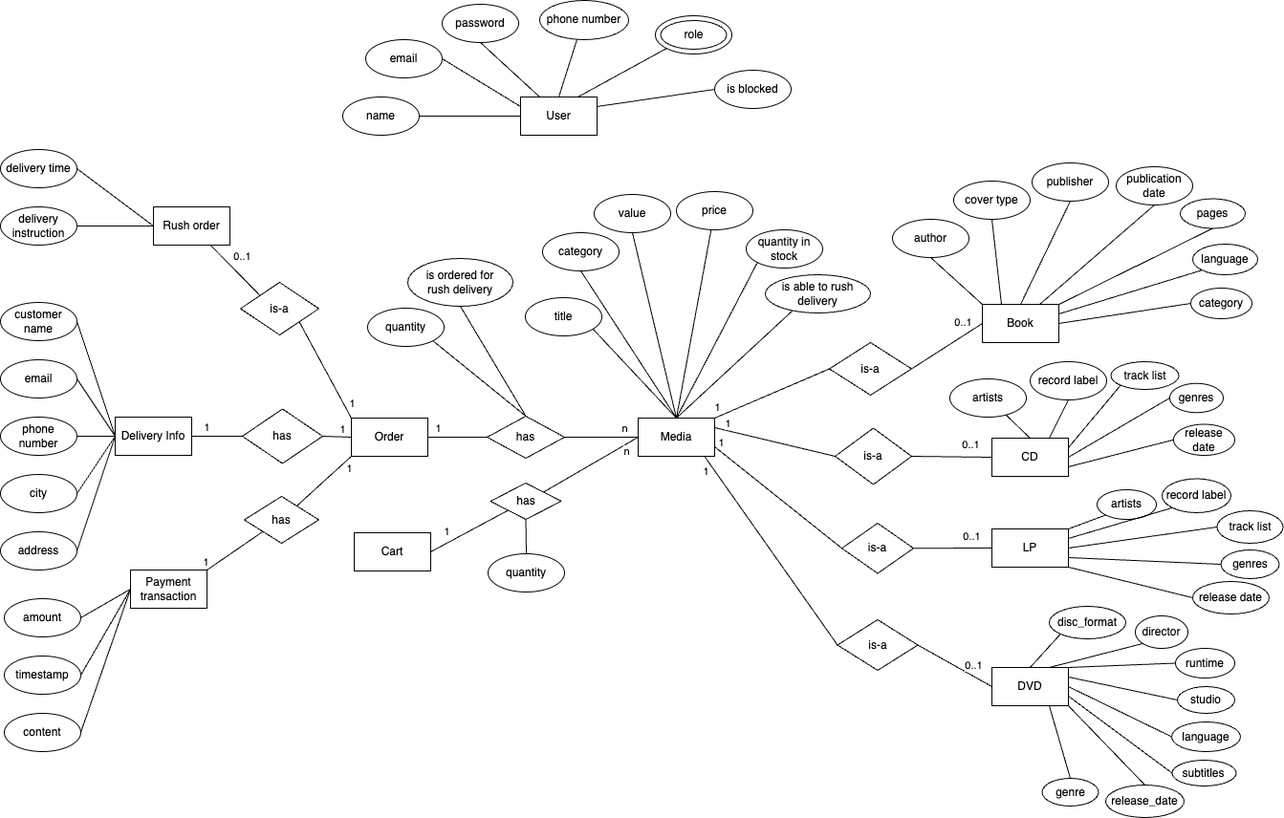
pmatuan/TKXDPM.VP.20231-05 keeps this draw.io diagram as Detailed Design/Data Modeling/AIMS-Conceptual-data-model.png. Above is the earlier version. Source tidied: cells renumbered, new cells last; positions are measured from the earlier drawing's top-left corner, leaving out a move shared by most shapes.
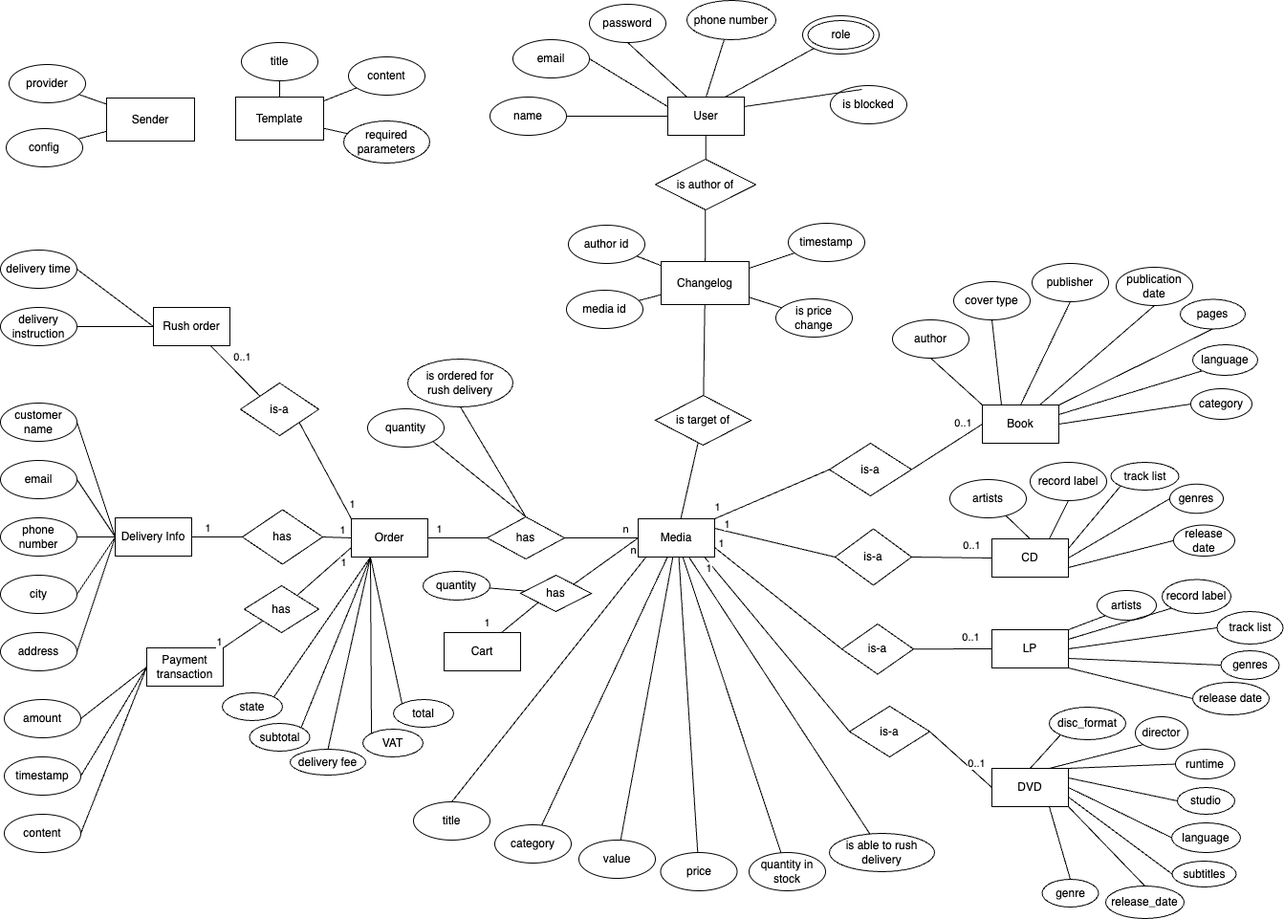
The same diagram one commit later.

The edit, as a diff of the source:
```diff
@@ -20,16 +20,16 @@
       <mxGeometry x="667" y="437" width="80" height="40" as="geometry" />
     </mxCell>
     <mxCell id="7" value="title" style="ellipse;whiteSpace=wrap;html=1;" parent="1" vertex="1">
-      <mxGeometry x="549" y="311" width="80" height="40" as="geometry" />
+      <mxGeometry x="432" y="733" width="80" height="40" as="geometry" />
     </mxCell>
     <mxCell id="8" value="price" style="ellipse;whiteSpace=wrap;html=1;" parent="1" vertex="1">
-      <mxGeometry x="707" y="200" width="80" height="40" as="geometry" />
+      <mxGeometry x="690.5" y="786" width="80" height="40" as="geometry" />
     </mxCell>
-    <mxCell id="9" style="rounded=0;jettySize=auto;html=1;exitX=0.255;exitY=0.95;exitDx=0;exitDy=0;endArrow=none;endFill=0;entryX=0.5;entryY=0;entryDx=0;entryDy=0;exitPerimeter=0;" parent="1" edge="1" source="10" target="6">
+    <mxCell id="9" style="rounded=0;jettySize=auto;html=1;endArrow=none;endFill=0;" parent="1" edge="1" source="10" target="6">
       <mxGeometry relative="1" as="geometry" />
     </mxCell>
     <mxCell id="10" value="is able to rush delivery" style="ellipse;whiteSpace=wrap;html=1;" parent="1" vertex="1">
-      <mxGeometry x="800" y="287" width="110" height="40" as="geometry" />
+      <mxGeometry x="867" y="766" width="110" height="40" as="geometry" />
     </mxCell>
     <mxCell id="11" value="is-a" style="rhombus;whiteSpace=wrap;html=1;" parent="1" vertex="1">
       <mxGeometry x="867" y="358" width="86" height="55" as="geometry" />
@@ -189,10 +189,10 @@
       <mxGeometry relative="1" as="geometry" />
     </mxCell>
     <mxCell id="60" value="has" style="rhombus;whiteSpace=wrap;html=1;" parent="1" vertex="1">
-      <mxGeometry x="255" y="519" width="78" height="49" as="geometry" />
+      <mxGeometry x="255" y="507" width="78" height="49" as="geometry" />
     </mxCell>
     <mxCell id="61" value="Payment transaction" style="rounded=0;whiteSpace=wrap;html=1;" parent="1" vertex="1">
-      <mxGeometry x="136" y="596" width="80" height="40" as="geometry" />
+      <mxGeometry x="153" y="572" width="80" height="40" as="geometry" />
     </mxCell>
     <mxCell id="62" style="endArrow=none;html=1;rounded=0;exitX=0;exitY=1;exitDx=0;exitDy=0;entryX=1;entryY=0;entryDx=0;entryDy=0;" parent="1" edge="1" source="60" target="61">
       <mxGeometry relative="1" as="geometry" />
@@ -202,12 +202,12 @@
         <mxPoint x="-12" as="offset" />
       </mxGeometry>
     </mxCell>
-    <mxCell id="64" style="endArrow=none;html=1;rounded=0;entryX=0;entryY=1;entryDx=0;entryDy=0;" parent="1" edge="1" source="60" target="34">
+    <mxCell id="64" style="endArrow=none;html=1;rounded=0;entryX=0;entryY=0.75;entryDx=0;entryDy=0;" parent="1" edge="1" source="60" target="34">
       <mxGeometry relative="1" as="geometry" />
     </mxCell>
     <mxCell id="65" value="1" style="edgeLabel;html=1;align=center;verticalAlign=middle;" parent="64" vertex="1">
       <mxGeometry x="-0.5" y="-1" relative="1" as="geometry">
-        <mxPoint x="40" y="-28" as="offset" />
+        <mxPoint x="33" y="-23" as="offset" />
       </mxGeometry>
     </mxCell>
     <mxCell id="66" value="amount" style="ellipse;whiteSpace=wrap;html=1;" parent="1" vertex="1">
@@ -251,7 +251,7 @@
       <mxGeometry x="384" y="322" width="80" height="40" as="geometry" />
     </mxCell>
     <mxCell id="78" value="value" style="ellipse;whiteSpace=wrap;html=1;" parent="1" vertex="1">
-      <mxGeometry x="621" y="203" width="80" height="40" as="geometry" />
+      <mxGeometry x="605" y="773" width="80" height="40" as="geometry" />
     </mxCell>
     <mxCell id="79" value="is ordered for &lt;br&gt;rush delivery" style="ellipse;whiteSpace=wrap;html=1;" parent="1" vertex="1">
       <mxGeometry x="426" y="270" width="110" height="50" as="geometry" />
@@ -263,22 +263,22 @@
       <mxGeometry relative="1" as="geometry" />
     </mxCell>
     <mxCell id="82" value="category" style="ellipse;whiteSpace=wrap;html=1;" parent="1" vertex="1">
-      <mxGeometry x="567" y="243" width="80" height="40" as="geometry" />
+      <mxGeometry x="517" y="757" width="80" height="40" as="geometry" />
     </mxCell>
-    <mxCell id="83" style="endArrow=none;html=1;rounded=0;entryX=0.5;entryY=1;entryDx=0;entryDy=0;exitX=0.5;exitY=0;exitDx=0;exitDy=0;" parent="1" edge="1" source="6" target="78">
+    <mxCell id="83" style="endArrow=none;html=1;rounded=0;" parent="1" edge="1" source="6" target="78">
       <mxGeometry relative="1" as="geometry" />
     </mxCell>
-    <mxCell id="84" style="endArrow=none;html=1;rounded=0;exitX=0.5;exitY=1;exitDx=0;exitDy=0;entryX=0.5;entryY=0;entryDx=0;entryDy=0;" parent="1" edge="1" source="82" target="6">
+    <mxCell id="84" style="endArrow=none;html=1;rounded=0;" parent="1" edge="1" source="82" target="6">
       <mxGeometry relative="1" as="geometry" />
     </mxCell>
     <mxCell id="85" value="quantity in stock" style="ellipse;whiteSpace=wrap;html=1;" parent="1" vertex="1">
-      <mxGeometry x="780" y="240" width="80" height="40" as="geometry" />
+      <mxGeometry x="783" y="786" width="80" height="40" as="geometry" />
     </mxCell>
-    <mxCell id="86" style="endArrow=none;html=1;rounded=0;entryX=0.5;entryY=0;entryDx=0;entryDy=0;exitX=0;exitY=1;exitDx=0;exitDy=0;" parent="1" edge="1" source="85" target="6">
+    <mxCell id="86" style="endArrow=none;html=1;rounded=0;" parent="1" edge="1" source="85" target="6">
       <mxGeometry relative="1" as="geometry" />
     </mxCell>
     <mxCell id="87" value="is-a" style="rhombus;whiteSpace=wrap;html=1;" parent="1" vertex="1">
-      <mxGeometry x="875.5" y="648" width="84" height="53" as="geometry" />
+      <mxGeometry x="888" y="633" width="84" height="53" as="geometry" />
     </mxCell>
     <mxCell id="88" value="is-a" style="rhombus;whiteSpace=wrap;html=1;" parent="1" vertex="1">
       <mxGeometry x="873" y="447.5" width="80" height="59" as="geometry" />
@@ -442,25 +442,25 @@
       </mxGeometry>
     </mxCell>
     <mxCell id="137" value="User" style="rounded=0;whiteSpace=wrap;html=1;" parent="1" vertex="1">
-      <mxGeometry x="544" y="101" width="80" height="40" as="geometry" />
+      <mxGeometry x="698" y="-4" width="80" height="40" as="geometry" />
     </mxCell>
     <mxCell id="138" value="name" style="ellipse;whiteSpace=wrap;html=1;" parent="1" vertex="1">
-      <mxGeometry x="358" y="101" width="80" height="40" as="geometry" />
+      <mxGeometry x="512" y="-4" width="80" height="40" as="geometry" />
     </mxCell>
     <mxCell id="139" value="is blocked" style="ellipse;whiteSpace=wrap;html=1;" parent="1" vertex="1">
-      <mxGeometry x="747" y="73" width="80" height="40" as="geometry" />
+      <mxGeometry x="868" y="-16" width="80" height="40" as="geometry" />
     </mxCell>
     <mxCell id="140" value="phone number" style="ellipse;whiteSpace=wrap;html=1;" parent="1" vertex="1">
-      <mxGeometry x="564" width="93" height="41" as="geometry" />
+      <mxGeometry x="718" y="-105" width="93" height="41" as="geometry" />
     </mxCell>
     <mxCell id="141" value="password" style="ellipse;whiteSpace=wrap;html=1;" parent="1" vertex="1">
-      <mxGeometry x="462" y="4" width="80" height="40" as="geometry" />
+      <mxGeometry x="616" y="-101" width="80" height="40" as="geometry" />
     </mxCell>
     <mxCell id="142" value="email" style="ellipse;whiteSpace=wrap;html=1;" parent="1" vertex="1">
-      <mxGeometry x="382" y="41" width="80" height="40" as="geometry" />
+      <mxGeometry x="536" y="-64" width="80" height="40" as="geometry" />
     </mxCell>
     <mxCell id="143" value="role" style="ellipse;whiteSpace=wrap;html=1;" parent="1" vertex="1">
-      <mxGeometry x="685" y="16" width="80" height="40" as="geometry" />
+      <mxGeometry x="839" y="-89" width="80" height="40" as="geometry" />
     </mxCell>
     <mxCell id="144" style="endArrow=none;html=1;rounded=0;entryX=0;entryY=0.5;entryDx=0;entryDy=0;exitX=1;exitY=0.5;exitDx=0;exitDy=0;" parent="1" edge="1" source="138" target="137">
       <mxGeometry relative="1" as="geometry" />
@@ -475,19 +475,21 @@
       <mxGeometry relative="1" as="geometry" />
     </mxCell>
     <mxCell id="148" value="role" style="ellipse;whiteSpace=wrap;html=1;" parent="1" vertex="1">
-      <mxGeometry x="690.5" y="21" width="69" height="30" as="geometry" />
+      <mxGeometry x="844.5" y="-84" width="69" height="30" as="geometry" />
     </mxCell>
     <mxCell id="149" style="endArrow=none;html=1;rounded=0;entryX=0.75;entryY=0;entryDx=0;entryDy=0;exitX=0;exitY=1;exitDx=0;exitDy=0;" parent="1" edge="1" source="143" target="137">
       <mxGeometry relative="1" as="geometry" />
     </mxCell>
-    <mxCell id="150" style="endArrow=none;html=1;rounded=0;entryX=1;entryY=0.25;entryDx=0;entryDy=0;exitX=0;exitY=0.5;exitDx=0;exitDy=0;" parent="1" edge="1" source="139" target="137">
-      <mxGeometry relative="1" as="geometry" />
+    <mxCell id="150" style="endArrow=none;html=1;rounded=0;entryX=1;entryY=0.25;entryDx=0;entryDy=0;exitX=0;exitY=0.5;exitDx=0;exitDy=0;" parent="1" edge="1" target="137">
+      <mxGeometry relative="1" as="geometry">
+        <mxPoint x="901" y="-12" as="sourcePoint" />
+      </mxGeometry>
     </mxCell>
     <mxCell id="151" value="Cart" style="rounded=0;whiteSpace=wrap;html=1;" parent="1" vertex="1">
-      <mxGeometry x="370" y="557" width="80" height="40" as="geometry" />
+      <mxGeometry x="464" y="556" width="80" height="40" as="geometry" />
     </mxCell>
     <mxCell id="152" value="has" style="rhombus;whiteSpace=wrap;html=1;" parent="1" vertex="1">
-      <mxGeometry x="512.5" y="505" width="74" height="38" as="geometry" />
+      <mxGeometry x="544" y="496" width="74" height="38" as="geometry" />
     </mxCell>
     <mxCell id="153" style="endArrow=none;html=1;rounded=0;exitX=1;exitY=0;exitDx=0;exitDy=0;entryX=0;entryY=0.5;entryDx=0;entryDy=0;" parent="1" edge="1" source="152" target="6">
       <mxGeometry relative="1" as="geometry" />
@@ -497,19 +499,130 @@
         <mxPoint x="11" y="2" as="offset" />
       </mxGeometry>
     </mxCell>
-    <mxCell id="155" style="endArrow=none;html=1;rounded=0;exitX=1;exitY=0.5;exitDx=0;exitDy=0;entryX=0;entryY=1;entryDx=0;entryDy=0;" parent="1" edge="1" source="151" target="152">
+    <mxCell id="155" style="endArrow=none;html=1;rounded=0;exitX=0.75;exitY=0;exitDx=0;exitDy=0;entryX=0;entryY=1;entryDx=0;entryDy=0;" parent="1" edge="1" source="151" target="152">
       <mxGeometry relative="1" as="geometry" />
     </mxCell>
     <mxCell id="156" value="1" style="edgeLabel;html=1;align=center;verticalAlign=middle;" parent="155" vertex="1">
       <mxGeometry x="-0.47" y="-1" relative="1" as="geometry">
-        <mxPoint x="-6" y="-11" as="offset" />
+        <mxPoint x="-26" y="-3" as="offset" />
       </mxGeometry>
     </mxCell>
     <mxCell id="157" value="quantity" style="ellipse;whiteSpace=wrap;html=1;" parent="1" vertex="1">
-      <mxGeometry x="510" y="579" width="80" height="40" as="geometry" />
+      <mxGeometry x="442" y="492" width="70" height="30" as="geometry" />
     </mxCell>
-    <mxCell id="158" style="endArrow=none;html=1;rounded=0;entryX=0.5;entryY=1;entryDx=0;entryDy=0;exitX=0.5;exitY=0;exitDx=0;exitDy=0;" parent="1" edge="1" source="157" target="152">
+    <mxCell id="158" style="endArrow=none;html=1;rounded=0;" parent="1" edge="1" source="157" target="152">
       <mxGeometry relative="1" as="geometry" />
     </mxCell>
+    <mxCell id="159" value="state" style="ellipse;whiteSpace=wrap;html=1;" parent="1" vertex="1">
+      <mxGeometry x="232" y="619" width="63" height="29" as="geometry" />
+    </mxCell>
+    <mxCell id="160" value="total" style="ellipse;whiteSpace=wrap;html=1;" parent="1" vertex="1">
+      <mxGeometry x="411" y="626" width="63" height="29" as="geometry" />
+    </mxCell>
+    <mxCell id="161" value="delivery fee" style="ellipse;whiteSpace=wrap;html=1;" parent="1" vertex="1">
+      <mxGeometry x="303" y="678" width="79" height="27" as="geometry" />
+    </mxCell>
+    <mxCell id="162" value="VAT" style="ellipse;whiteSpace=wrap;html=1;" parent="1" vertex="1">
+      <mxGeometry x="379" y="657" width="63" height="29" as="geometry" />
+    </mxCell>
+    <mxCell id="163" value="subtotal" style="ellipse;whiteSpace=wrap;html=1;" parent="1" vertex="1">
+      <mxGeometry x="260.5" y="651" width="63" height="29" as="geometry" />
+    </mxCell>
+    <mxCell id="164" style="endArrow=none;html=1;rounded=0;entryX=0.25;entryY=1;entryDx=0;entryDy=0;exitX=1;exitY=0;exitDx=0;exitDy=0;" parent="1" edge="1" source="159" target="34">
+      <mxGeometry relative="1" as="geometry" />
+    </mxCell>
+    <mxCell id="165" style="endArrow=none;html=1;rounded=0;exitX=1;exitY=0;exitDx=0;exitDy=0;entryX=0.25;entryY=1;entryDx=0;entryDy=0;" parent="1" edge="1" source="163" target="34">
+      <mxGeometry relative="1" as="geometry" />
+    </mxCell>
+    <mxCell id="166" style="endArrow=none;html=1;rounded=0;entryX=0.25;entryY=1;entryDx=0;entryDy=0;exitX=0.5;exitY=0;exitDx=0;exitDy=0;" parent="1" edge="1" source="161" target="34">
+      <mxGeometry relative="1" as="geometry" />
+    </mxCell>
+    <mxCell id="167" style="endArrow=none;html=1;rounded=0;entryX=0.25;entryY=1;entryDx=0;entryDy=0;exitX=0;exitY=0;exitDx=0;exitDy=0;" parent="1" edge="1" source="162" target="34">
+      <mxGeometry relative="1" as="geometry" />
+    </mxCell>
+    <mxCell id="168" style="endArrow=none;html=1;rounded=0;entryX=0.25;entryY=1;entryDx=0;entryDy=0;exitX=0;exitY=0;exitDx=0;exitDy=0;" parent="1" edge="1" source="160" target="34">
+      <mxGeometry relative="1" as="geometry" />
+    </mxCell>
+    <mxCell id="169" value="Changelog" style="rounded=0;whiteSpace=wrap;html=1;" parent="1" vertex="1">
+      <mxGeometry x="691" y="168" width="92" height="45" as="geometry" />
+    </mxCell>
+    <mxCell id="170" value="is author of" style="rhombus;whiteSpace=wrap;html=1;" parent="1" vertex="1">
+      <mxGeometry x="685" y="61" width="105" height="53" as="geometry" />
+    </mxCell>
+    <mxCell id="171" style="endArrow=none;html=1;rounded=0;" parent="1" edge="1" source="170" target="137">
+      <mxGeometry relative="1" as="geometry" />
+    </mxCell>
+    <mxCell id="172" style="endArrow=none;html=1;rounded=0;" parent="1" edge="1" source="170" target="169">
+      <mxGeometry relative="1" as="geometry" />
+    </mxCell>
+    <mxCell id="173" value="is target of" style="rhombus;whiteSpace=wrap;html=1;" parent="1" vertex="1">
+      <mxGeometry x="685" y="308" width="100" height="52" as="geometry" />
+    </mxCell>
+    <mxCell id="174" style="endArrow=none;html=1;rounded=0;" parent="1" edge="1" source="169" target="173">
+      <mxGeometry relative="1" as="geometry" />
+    </mxCell>
+    <mxCell id="175" style="endArrow=none;html=1;rounded=0;" parent="1" edge="1" source="173" target="6">
+      <mxGeometry relative="1" as="geometry" />
+    </mxCell>
+    <mxCell id="176" value="timestamp" style="ellipse;whiteSpace=wrap;html=1;" parent="1" vertex="1">
+      <mxGeometry x="824" y="128" width="80" height="40" as="geometry" />
+    </mxCell>
+    <mxCell id="177" value="media id" style="ellipse;whiteSpace=wrap;html=1;" parent="1" vertex="1">
+      <mxGeometry x="592" y="198" width="80" height="40" as="geometry" />
+    </mxCell>
+    <mxCell id="178" value="author id" style="ellipse;whiteSpace=wrap;html=1;" parent="1" vertex="1">
+      <mxGeometry x="594" y="130" width="80" height="40" as="geometry" />
+    </mxCell>
+    <mxCell id="179" value="is price change" style="ellipse;whiteSpace=wrap;html=1;" parent="1" vertex="1">
+      <mxGeometry x="811" y="207" width="80" height="40" as="geometry" />
+    </mxCell>
+    <mxCell id="180" style="endArrow=none;html=1;rounded=0;" parent="1" edge="1" source="169" target="176">
+      <mxGeometry relative="1" as="geometry" />
+    </mxCell>
+    <mxCell id="181" style="endArrow=none;html=1;rounded=0;" parent="1" edge="1" source="169" target="177">
+      <mxGeometry relative="1" as="geometry" />
+    </mxCell>
+    <mxCell id="182" style="endArrow=none;html=1;rounded=0;" parent="1" edge="1" source="169" target="179">
+      <mxGeometry relative="1" as="geometry" />
+    </mxCell>
+    <mxCell id="183" style="endArrow=none;html=1;rounded=0;" parent="1" edge="1" source="169" target="178">
+      <mxGeometry relative="1" as="geometry" />
+    </mxCell>
+    <mxCell id="184" value="Sender" style="rounded=0;whiteSpace=wrap;html=1;" parent="1" vertex="1">
+      <mxGeometry x="111" y="-3" width="92" height="45" as="geometry" />
+    </mxCell>
+    <mxCell id="185" value="config" style="ellipse;whiteSpace=wrap;html=1;" parent="1" vertex="1">
+      <mxGeometry x="6" y="29" width="80" height="40" as="geometry" />
+    </mxCell>
+    <mxCell id="186" value="provider" style="ellipse;whiteSpace=wrap;html=1;" parent="1" vertex="1">
+      <mxGeometry x="9" y="-38" width="80" height="40" as="geometry" />
+    </mxCell>
+    <mxCell id="187" style="endArrow=none;html=1;rounded=0;" parent="1" edge="1" source="184" target="185">
+      <mxGeometry relative="1" as="geometry" />
+    </mxCell>
+    <mxCell id="188" style="endArrow=none;html=1;rounded=0;" parent="1" edge="1" source="184" target="186">
+      <mxGeometry relative="1" as="geometry" />
+    </mxCell>
+    <mxCell id="189" value="Template" style="rounded=0;whiteSpace=wrap;html=1;" parent="1" vertex="1">
+      <mxGeometry x="246" y="-4" width="92" height="45" as="geometry" />
+    </mxCell>
+    <mxCell id="190" value="content" style="ellipse;whiteSpace=wrap;html=1;" parent="1" vertex="1">
+      <mxGeometry x="364" y="-46" width="80" height="40" as="geometry" />
+    </mxCell>
+    <mxCell id="191" value="title" style="ellipse;whiteSpace=wrap;html=1;" parent="1" vertex="1">
+      <mxGeometry x="252" y="-61" width="80" height="40" as="geometry" />
+    </mxCell>
+    <mxCell id="192" value="required parameters" style="ellipse;whiteSpace=wrap;html=1;" parent="1" vertex="1">
+      <mxGeometry x="359" y="21" width="90" height="44" as="geometry" />
+    </mxCell>
+    <mxCell id="193" style="endArrow=none;html=1;rounded=0;" parent="1" edge="1" source="189" target="190">
+      <mxGeometry relative="1" as="geometry" />
+    </mxCell>
+    <mxCell id="194" style="endArrow=none;html=1;rounded=0;" parent="1" edge="1" source="189" target="192">
+      <mxGeometry relative="1" as="geometry" />
+    </mxCell>
+    <mxCell id="195" style="endArrow=none;html=1;rounded=0;" parent="1" edge="1" source="189" target="191">
+      <mxGeometry relative="1" as="geometry" />
+    </mxCell>
   </root>
 </mxGraphModel>
```
